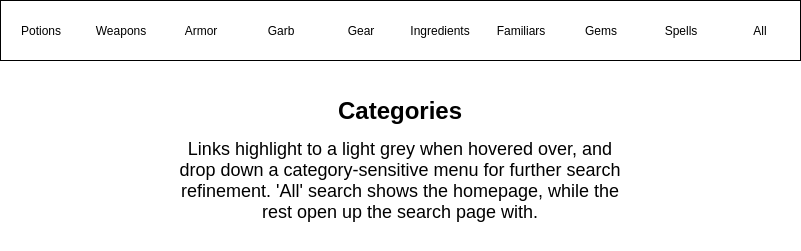
PGilbertSchmitt/SwappingApp keeps this draw.io diagram as docs/wireframes/Categories.png. Above is the earlier version. Source tidied: cells renumbered, new cells last; positions are measured from the earlier drawing's top-left corner, leaving out a move shared by most shapes. Its diagram source:
```xml
<mxGraphModel background="#ffffff">
  <root>
    <mxCell id="0" />
    <mxCell id="1" parent="0" />
    <mxCell id="2" style="whiteSpace=wrap;html=1;strokeColor=#000000;strokeWidth=1;fillColor=none;align=center;" parent="1" vertex="1">
      <mxGeometry width="800" height="60" as="geometry" />
    </mxCell>
    <mxCell id="3" value="Potions" style="text;html=1;strokeColor=none;fillColor=none;align=center;verticalAlign=middle;whiteSpace=wrap;" parent="1" vertex="1">
      <mxGeometry width="80" height="60" as="geometry" />
    </mxCell>
    <mxCell id="4" value="Weapons" style="text;html=1;strokeColor=none;fillColor=none;align=center;verticalAlign=middle;whiteSpace=wrap;" parent="1" vertex="1">
      <mxGeometry x="80" width="80" height="60" as="geometry" />
    </mxCell>
    <mxCell id="5" value="Armor" style="text;html=1;strokeColor=none;fillColor=none;align=center;verticalAlign=middle;whiteSpace=wrap;" parent="1" vertex="1">
      <mxGeometry x="160" width="80" height="60" as="geometry" />
    </mxCell>
    <mxCell id="6" value="Garb" style="text;html=1;strokeColor=none;fillColor=none;align=center;verticalAlign=middle;whiteSpace=wrap;" parent="1" vertex="1">
      <mxGeometry x="240" width="80" height="60" as="geometry" />
    </mxCell>
    <mxCell id="7" value="Gear" style="text;html=1;strokeColor=none;fillColor=none;align=center;verticalAlign=middle;whiteSpace=wrap;" parent="1" vertex="1">
      <mxGeometry x="320" width="80" height="60" as="geometry" />
    </mxCell>
    <mxCell id="8" value="Ingredients" style="text;html=1;strokeColor=none;fillColor=none;align=center;verticalAlign=middle;whiteSpace=wrap;" parent="1" vertex="1">
      <mxGeometry x="400" width="80" height="60" as="geometry" />
    </mxCell>
    <mxCell id="9" value="Familiars" style="text;html=1;strokeColor=none;fillColor=none;align=center;verticalAlign=middle;whiteSpace=wrap;" parent="1" vertex="1">
      <mxGeometry x="480" width="80" height="60" as="geometry" />
    </mxCell>
    <mxCell id="10" value="Gems" style="text;html=1;strokeColor=none;fillColor=none;align=center;verticalAlign=middle;whiteSpace=wrap;" parent="1" vertex="1">
      <mxGeometry x="560" width="80" height="60" as="geometry" />
    </mxCell>
    <mxCell id="11" value="Spells" style="text;html=1;strokeColor=none;fillColor=none;align=center;verticalAlign=middle;whiteSpace=wrap;" parent="1" vertex="1">
      <mxGeometry x="640" width="80" height="60" as="geometry" />
    </mxCell>
    <mxCell id="12" value="All" style="text;html=1;strokeColor=none;fillColor=none;align=center;verticalAlign=middle;whiteSpace=wrap;" parent="1" vertex="1">
      <mxGeometry x="720" width="80" height="60" as="geometry" />
    </mxCell>
    <mxCell id="13" value="&lt;span style=&quot;font-size: 18px&quot;&gt;Links highlight to a light grey when hovered over, and drop down a category-sensitive menu for further search refinement. 'All' search shows the homepage, while the rest open up the search page with.&lt;/span&gt;" style="text;html=1;strokeColor=none;fillColor=none;align=center;verticalAlign=middle;whiteSpace=wrap;" parent="1" vertex="1">
      <mxGeometry x="170" y="110" width="460" height="140" as="geometry" />
    </mxCell>
    <mxCell id="14" value="Categories" style="text;html=1;fontSize=24;fontStyle=1;verticalAlign=middle;align=center;strokeColor=#000000;strokeWidth=1;fillColor=none;opacity=0;" parent="1" vertex="1">
      <mxGeometry x="320" y="90" width="160" height="40" as="geometry" />
    </mxCell>
  </root>
</mxGraphModel>
```
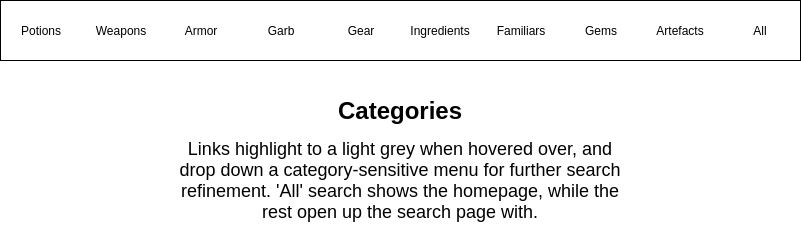
Later version of the same file.

Commit message:
Replace 'gems' with 'artefacts'

Diff of the diagram source:
```diff
@@ -29,7 +29,7 @@
     <mxCell id="10" value="Gems" style="text;html=1;strokeColor=none;fillColor=none;align=center;verticalAlign=middle;whiteSpace=wrap;" parent="1" vertex="1">
       <mxGeometry x="560" width="80" height="60" as="geometry" />
     </mxCell>
-    <mxCell id="11" value="Spells" style="text;html=1;strokeColor=none;fillColor=none;align=center;verticalAlign=middle;whiteSpace=wrap;" parent="1" vertex="1">
+    <mxCell id="11" value="Artefacts" style="text;html=1;strokeColor=none;fillColor=none;align=center;verticalAlign=middle;whiteSpace=wrap;" parent="1" vertex="1">
       <mxGeometry x="640" width="80" height="60" as="geometry" />
     </mxCell>
     <mxCell id="12" value="All" style="text;html=1;strokeColor=none;fillColor=none;align=center;verticalAlign=middle;whiteSpace=wrap;" parent="1" vertex="1">
```
